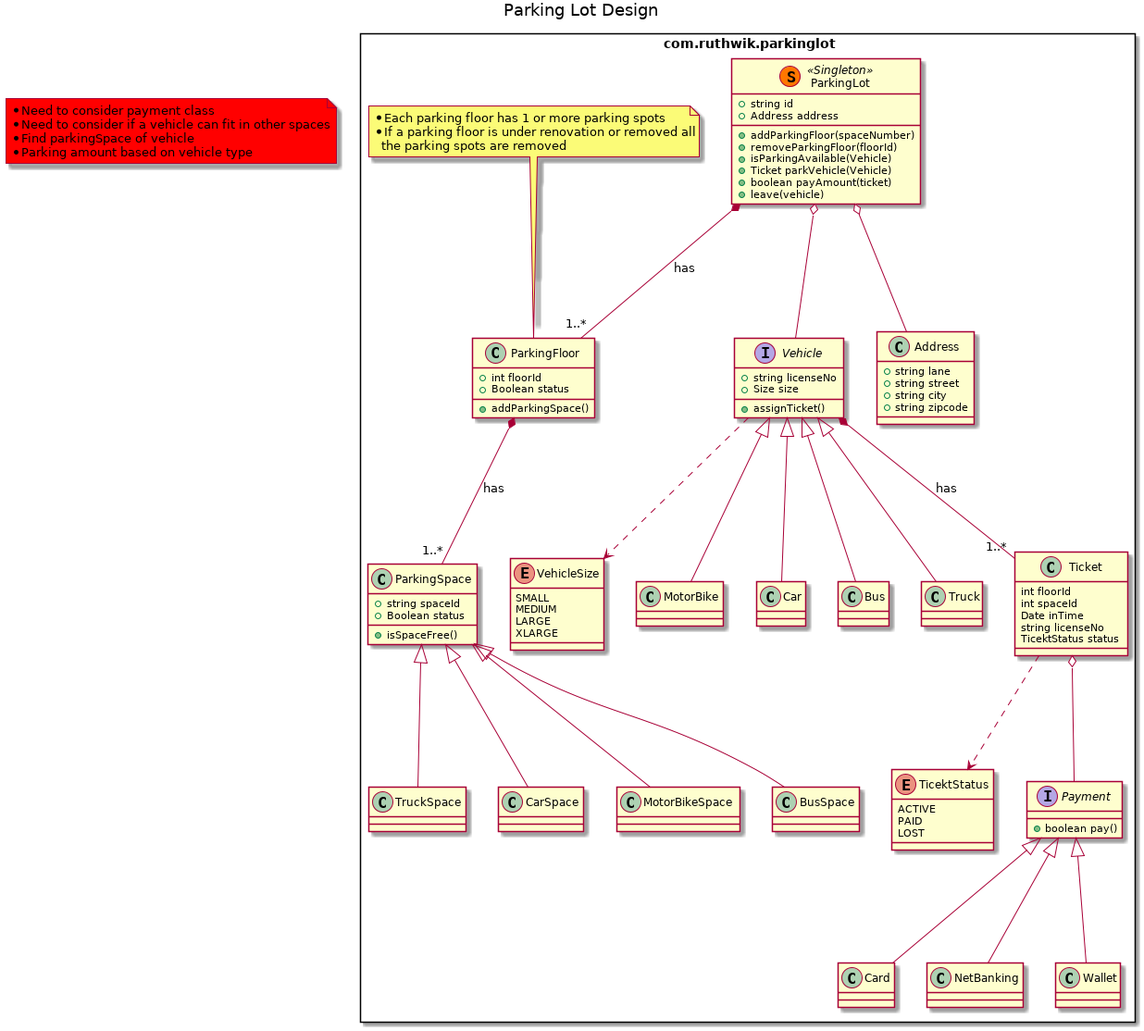
Earlier version of the PlantUML export images/Parking_Lot.png (Ruthwik/ParkingLot).
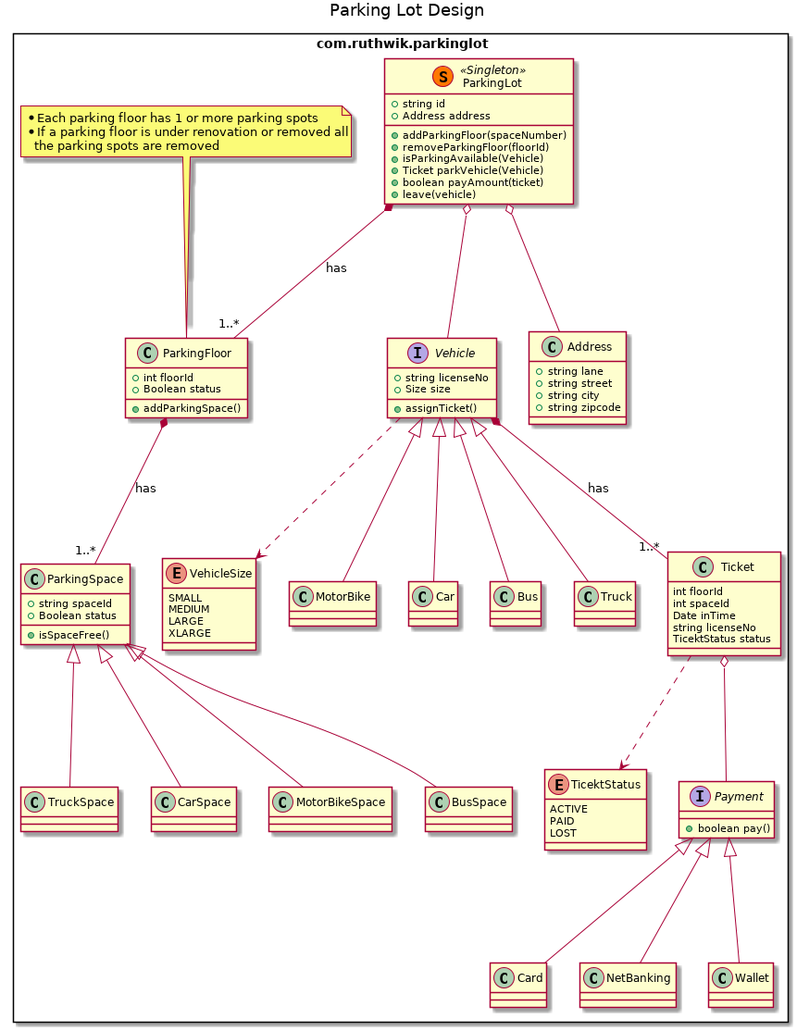
The same diagram one commit later.

Commit message:
class diagram

Diff of the diagram source:
```diff
@@ -99,13 +99,6 @@
 
 }
 
-note as N2   #red
-  * Need to consider payment class
-  * Need to consider if a vehicle can fit in other spaces
-  * Find parkingSpace of vehicle
-  * Parking amount based on vehicle type
-end note
-
 
 
 ParkingLot o-- Address
```
